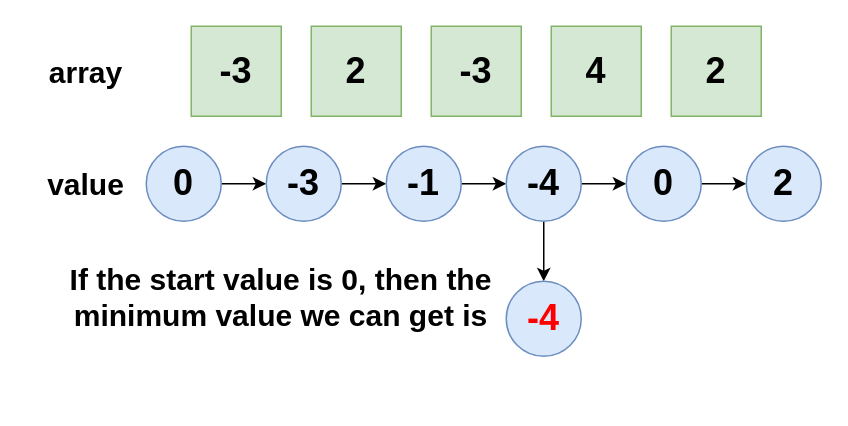
The draw.io diagram page "walkthrough_1_2" (2 of 10) of lc1413_solution3_1.drawio in bakerston/Algorithm, before the edit. Source tidied: cells renumbered, new cells numbered last; positions are measured from the earlier drawing's top-left corner, leaving out a move shared by most shapes. Both pictures are drawn from the tidied source at 150%, with x=0, y=0 at pixel (56, 26). Pictures stored in the file or linked from it are replaced by grey dashed boxes.
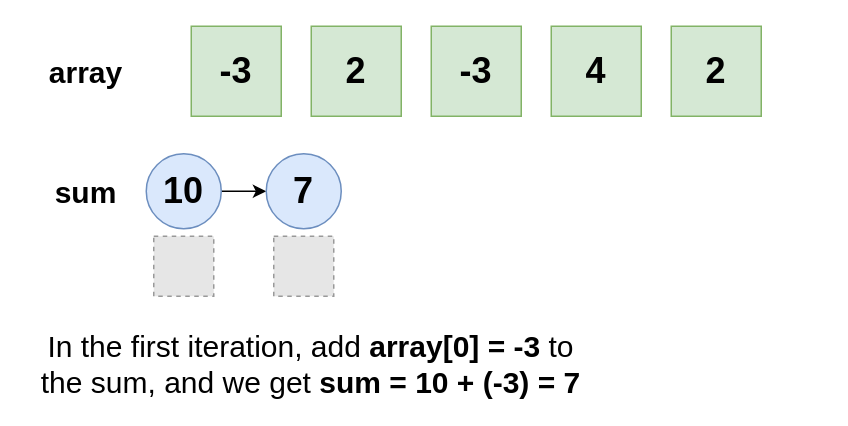
The same page after the edit.

What changed in the source:
```diff
@@
-    <mxCell id="7" style="edgeStyle=orthogonalEdgeStyle;rounded=0;jettySize=auto;html=1;exitX=1;exitY=0.5;exitDx=0;exitDy=0;entryX=0;entryY=0.5;entryDx=0;entryDy=0;" parent="1" edge="1" source="8" target="10">
-      <mxGeometry relative="1" as="geometry" />
-    </mxCell>
+    <mxCell id="23" style="edgeStyle=orthogonalEdgeStyle;rounded=0;jettySize=auto;html=1;exitX=1;exitY=0.5;exitDx=0;exitDy=0;entryX=0;entryY=0.5;entryDx=0;entryDy=0;fontSize=20;" parent="1" edge="1" source="8" target="25">
+      <mxGeometry relative="1" as="geometry" />
+    </mxCell>
-    <mxCell id="8" value="&lt;b style=&quot;font-size: 24px&quot;&gt;0&lt;/b&gt;" style="ellipse;whiteSpace=wrap;html=1;fillColor=#dae8fc;strokeColor=#6c8ebf;" parent="1" vertex="1">
-      <mxGeometry x="60" y="80" width="50" height="50" as="geometry" />
+    <mxCell id="8" value="&lt;b style=&quot;font-size: 24px&quot;&gt;10&lt;/b&gt;" style="ellipse;whiteSpace=wrap;html=1;fillColor=#dae8fc;strokeColor=#6c8ebf;" parent="1" vertex="1">
+      <mxGeometry x="60" y="85" width="50" height="50" as="geometry" />
     </mxCell>
-    <mxCell id="9" style="edgeStyle=orthogonalEdgeStyle;rounded=0;jettySize=auto;html=1;exitX=1;exitY=0.5;exitDx=0;exitDy=0;entryX=0;entryY=0.5;entryDx=0;entryDy=0;" parent="1" edge="1" source="10" target="14">
-      <mxGeometry relative="1" as="geometry" />
-    </mxCell>
-    <mxCell id="10" value="&lt;b style=&quot;font-size: 24px&quot;&gt;-3&lt;/b&gt;" style="ellipse;whiteSpace=wrap;html=1;fillColor=#dae8fc;strokeColor=#6c8ebf;" parent="1" vertex="1">
-      <mxGeometry x="140" y="80" width="50" height="50" as="geometry" />
-    </mxCell>
@@
-    <mxCell id="12" value="&lt;b&gt;&lt;font style=&quot;font-size: 20px&quot;&gt;value&lt;/font&gt;&lt;/b&gt;" style="text;html=1;strokeColor=none;fillColor=none;align=center;verticalAlign=middle;whiteSpace=wrap;rounded=0;" parent="1" vertex="1">
-      <mxGeometry y="95" width="40" height="20" as="geometry" />
+    <mxCell id="12" value="&lt;span style=&quot;font-size: 20px&quot;&gt;&lt;b&gt;sum&lt;/b&gt;&lt;/span&gt;" style="text;html=1;strokeColor=none;fillColor=none;align=center;verticalAlign=middle;whiteSpace=wrap;rounded=0;" parent="1" vertex="1">
+      <mxGeometry y="100" width="40" height="20" as="geometry" />
     </mxCell>
-    <mxCell id="13" style="edgeStyle=orthogonalEdgeStyle;rounded=0;jettySize=auto;html=1;exitX=1;exitY=0.5;exitDx=0;exitDy=0;entryX=0;entryY=0.5;entryDx=0;entryDy=0;" parent="1" edge="1" source="14" target="17">
-      <mxGeometry relative="1" as="geometry" />
-    </mxCell>
-    <mxCell id="14" value="&lt;b style=&quot;font-size: 24px&quot;&gt;-1&lt;/b&gt;" style="ellipse;whiteSpace=wrap;html=1;fillColor=#dae8fc;strokeColor=#6c8ebf;" parent="1" vertex="1">
-      <mxGeometry x="220" y="80" width="50" height="50" as="geometry" />
-    </mxCell>
-    <mxCell id="15" style="edgeStyle=orthogonalEdgeStyle;rounded=0;jettySize=auto;html=1;exitX=1;exitY=0.5;exitDx=0;exitDy=0;entryX=0;entryY=0.5;entryDx=0;entryDy=0;" parent="1" edge="1" source="17" target="19">
-      <mxGeometry relative="1" as="geometry" />
-    </mxCell>
-    <mxCell id="16" style="edgeStyle=orthogonalEdgeStyle;rounded=1;jettySize=auto;html=1;exitX=0.5;exitY=1;exitDx=0;exitDy=0;entryX=0.5;entryY=0;entryDx=0;entryDy=0;fillColor=#f8cecc;strokeColor=#000000;" parent="1" edge="1" source="17" target="21">
-      <mxGeometry relative="1" as="geometry" />
-    </mxCell>
-    <mxCell id="17" value="&lt;b style=&quot;font-size: 24px&quot;&gt;-4&lt;/b&gt;" style="ellipse;whiteSpace=wrap;html=1;fillColor=#dae8fc;strokeColor=#6c8ebf;" parent="1" vertex="1">
-      <mxGeometry x="300" y="80" width="50" height="50" as="geometry" />
-    </mxCell>
-    <mxCell id="18" style="edgeStyle=orthogonalEdgeStyle;rounded=0;jettySize=auto;html=1;exitX=1;exitY=0.5;exitDx=0;exitDy=0;entryX=0;entryY=0.5;entryDx=0;entryDy=0;" parent="1" edge="1" source="19" target="20">
-      <mxGeometry relative="1" as="geometry" />
-    </mxCell>
-    <mxCell id="19" value="&lt;b style=&quot;font-size: 24px&quot;&gt;0&lt;/b&gt;" style="ellipse;whiteSpace=wrap;html=1;fillColor=#dae8fc;strokeColor=#6c8ebf;" parent="1" vertex="1">
-      <mxGeometry x="380" y="80" width="50" height="50" as="geometry" />
-    </mxCell>
-    <mxCell id="20" value="&lt;b style=&quot;font-size: 24px&quot;&gt;2&lt;/b&gt;" style="ellipse;whiteSpace=wrap;html=1;fillColor=#dae8fc;strokeColor=#6c8ebf;" parent="1" vertex="1">
-      <mxGeometry x="460" y="80" width="50" height="50" as="geometry" />
-    </mxCell>
-    <mxCell id="21" value="&lt;b style=&quot;font-size: 24px&quot;&gt;&lt;font color=&quot;#ff0000&quot;&gt;-4&lt;/font&gt;&lt;/b&gt;" style="ellipse;whiteSpace=wrap;html=1;fillColor=#dae8fc;strokeColor=#6c8ebf;" parent="1" vertex="1">
-      <mxGeometry x="300" y="170" width="50" height="50" as="geometry" />
-    </mxCell>
-    <mxCell id="22" value="&lt;font style=&quot;font-size: 20px&quot;&gt;&lt;b&gt;If the start value is 0, then the minimum value we can get is&lt;/b&gt;&lt;/font&gt;" style="text;html=1;strokeColor=none;fillColor=none;align=center;verticalAlign=middle;whiteSpace=wrap;rounded=0;" parent="1" vertex="1">
-      <mxGeometry y="170" width="300" height="20" as="geometry" />
-    </mxCell>
+    <mxCell id="24" value="&lt;span style=&quot;font-size: 20px&quot;&gt;In the first iteration, add &lt;b&gt;array[0] = -3 &lt;/b&gt;to the sum, and we get &lt;b&gt;sum = 10 + (-3) = 7&lt;/b&gt;&lt;/span&gt;" style="text;html=1;strokeColor=none;fillColor=none;align=center;verticalAlign=middle;whiteSpace=wrap;rounded=0;" parent="1" vertex="1">
+      <mxGeometry x="-20" y="210" width="380" height="30" as="geometry" />
+    </mxCell>
+    <mxCell id="25" value="&lt;b style=&quot;font-size: 24px&quot;&gt;7&lt;/b&gt;" style="ellipse;whiteSpace=wrap;html=1;fillColor=#dae8fc;strokeColor=#6c8ebf;" parent="1" vertex="1">
+      <mxGeometry x="140" y="85" width="50" height="50" as="geometry" />
+    </mxCell>
+    <mxCell id="26" style="fillColor=#E6E6E6;strokeColor=#999999;dashed=1;html=1;verticalAlign=top;verticalLabelPosition=bottom;labelBackgroundColor=#ffffff;fontSize=20;" parent="1" vertex="1">
+      <mxGeometry x="65" y="140" width="40" height="40" as="geometry" />
+    </mxCell>
+    <mxCell id="27" style="fillColor=#E6E6E6;strokeColor=#999999;dashed=1;html=1;verticalAlign=top;verticalLabelPosition=bottom;labelBackgroundColor=#ffffff;fontSize=20;" parent="1" vertex="1">
+      <mxGeometry x="145" y="140" width="40" height="40" as="geometry" />
+    </mxCell>
```
